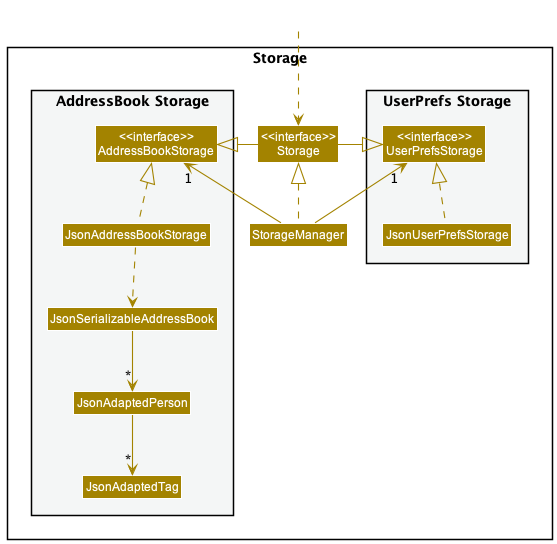
The PlantUML diagram docs/images/StorageClassDiagram.png in nus-cs2103-AY2223S1/tp, before a commit.
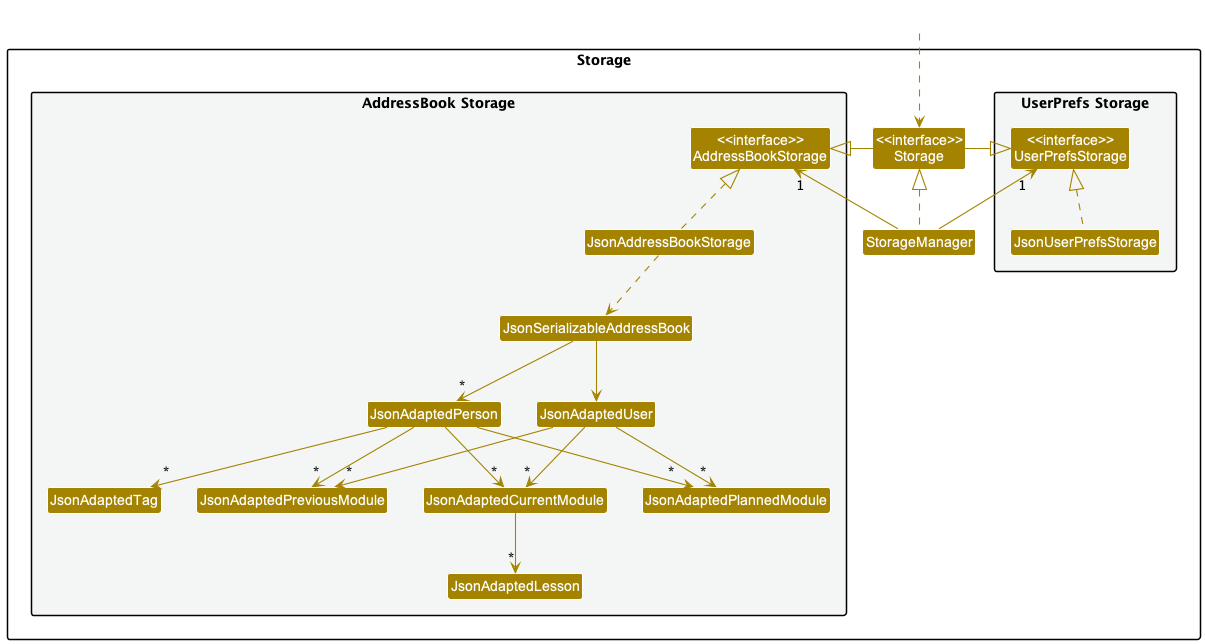
Later version of the same file.

Commit message:
Update UML diagrams for Model, BetterModel and Storage

The edit, as a diff of the source:
```diff
@@ -20,6 +20,11 @@
 Class JsonSerializableAddressBook
 Class JsonAdaptedPerson
 Class JsonAdaptedTag
+Class JsonAdaptedUser
+Class JsonAdaptedPreviousModule
+Class JsonAdaptedCurrentModule
+Class JsonAdaptedPlannedModule
+Class JsonAdaptedLesson
 }
 
 }
@@ -38,6 +43,14 @@
 JsonAddressBookStorage .up.|> AddressBookStorage
 JsonAddressBookStorage ..> JsonSerializableAddressBook
 JsonSerializableAddressBook --> "*" JsonAdaptedPerson
+JsonSerializableAddressBook --> JsonAdaptedUser
+JsonAdaptedUser --> "*" JsonAdaptedPreviousModule
+JsonAdaptedUser --> "*" JsonAdaptedCurrentModule
+JsonAdaptedUser --> "*" JsonAdaptedPlannedModule
 JsonAdaptedPerson --> "*" JsonAdaptedTag
+JsonAdaptedPerson --> "*" JsonAdaptedPreviousModule
+JsonAdaptedPerson --> "*" JsonAdaptedCurrentModule
+JsonAdaptedPerson --> "*" JsonAdaptedPlannedModule
+JsonAdaptedCurrentModule --> "*" JsonAdaptedLesson
 
 @enduml
```
